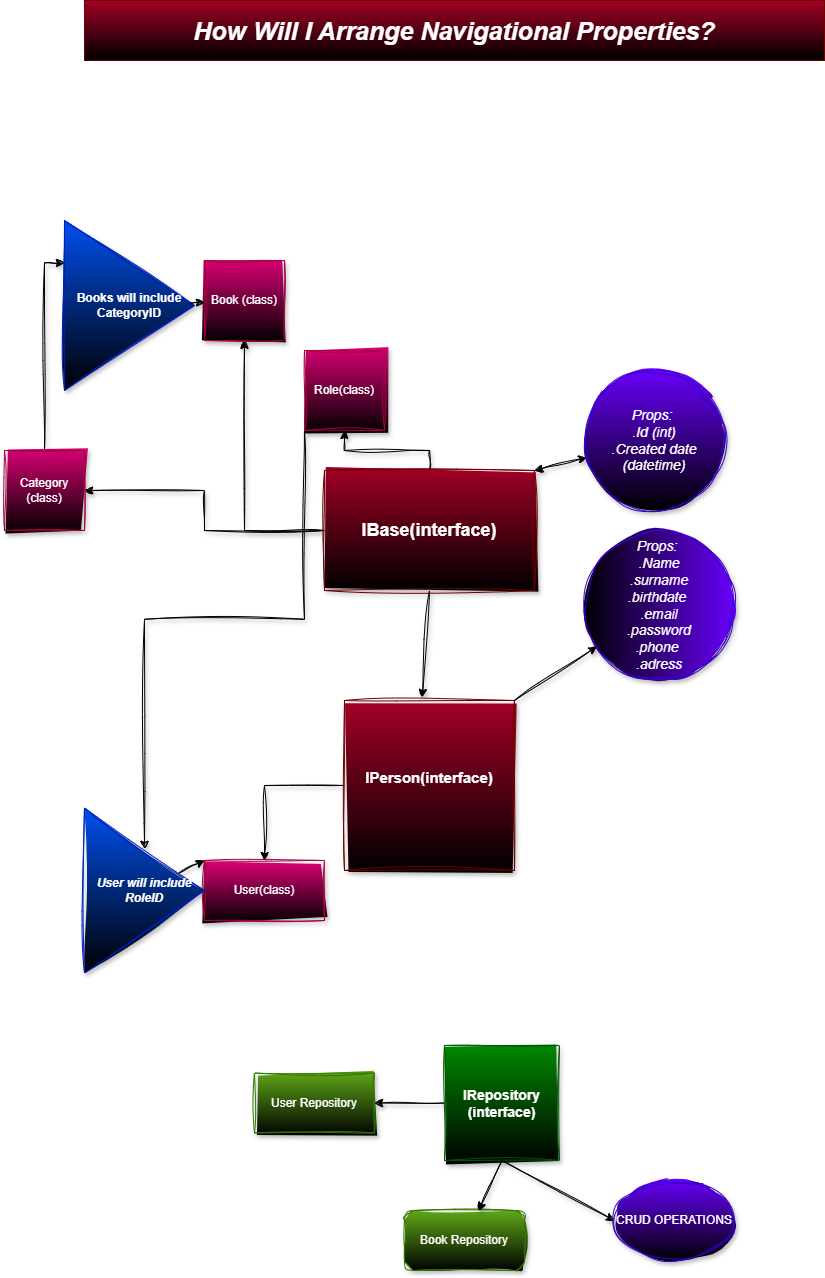
whitmanvari/Library_Automation keeps this draw.io diagram as BackHand Side Diagram.drawio.png. Above is the earlier version. Source tidied: cells renumbered, new cells last; positions are measured from the earlier drawing's top-left corner, leaving out a move shared by most shapes.
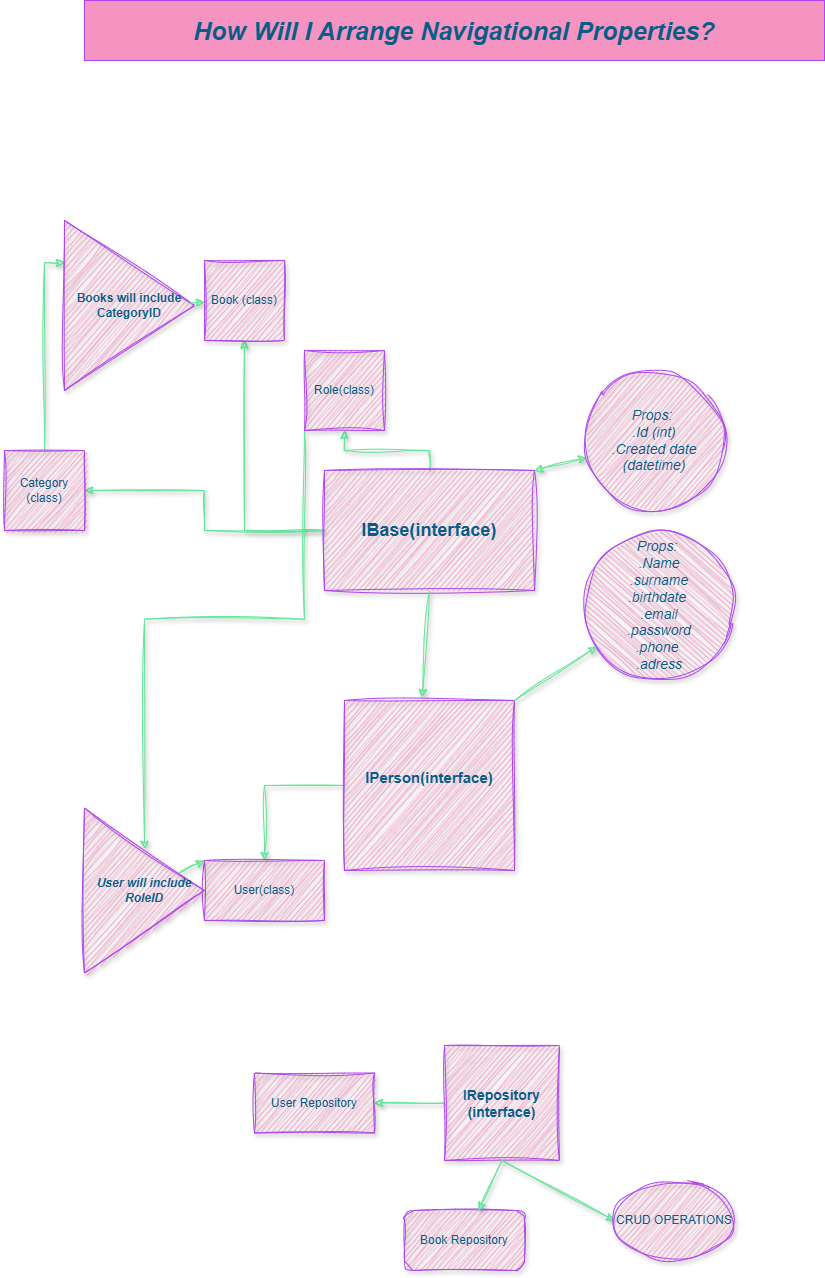
Above is the later version.

The edit, as a diff of the source:
```diff
@@ -2,91 +2,91 @@
   <root>
     <mxCell id="0" />
     <mxCell id="1" parent="0" />
-    <mxCell id="2" style="edgeStyle=orthogonalEdgeStyle;rounded=0;jettySize=auto;html=1;shadow=1;sketch=1;curveFitting=1;jiggle=2;flowAnimation=1;" parent="1" edge="1" source="5" target="16">
+    <mxCell id="2" style="edgeStyle=orthogonalEdgeStyle;rounded=0;jettySize=auto;html=1;shadow=1;sketch=1;curveFitting=1;jiggle=2;flowAnimation=1;labelBackgroundColor=none;strokeColor=#60E696;fontColor=default;" parent="1" edge="1" source="5" target="16">
       <mxGeometry relative="1" as="geometry" />
     </mxCell>
-    <mxCell id="3" style="edgeStyle=orthogonalEdgeStyle;rounded=0;jettySize=auto;html=1;shadow=1;sketch=1;curveFitting=1;jiggle=2;flowAnimation=1;" parent="1" edge="1" source="5" target="19">
+    <mxCell id="3" style="edgeStyle=orthogonalEdgeStyle;rounded=0;jettySize=auto;html=1;shadow=1;sketch=1;curveFitting=1;jiggle=2;flowAnimation=1;labelBackgroundColor=none;strokeColor=#60E696;fontColor=default;" parent="1" edge="1" source="5" target="19">
       <mxGeometry relative="1" as="geometry" />
     </mxCell>
-    <mxCell id="4" style="edgeStyle=orthogonalEdgeStyle;rounded=0;jettySize=auto;html=1;entryX=0.5;entryY=1;entryDx=0;entryDy=0;shadow=1;sketch=1;curveFitting=1;jiggle=2;" parent="1" edge="1" source="5" target="21">
+    <mxCell id="4" style="edgeStyle=orthogonalEdgeStyle;rounded=0;jettySize=auto;html=1;entryX=0.5;entryY=1;entryDx=0;entryDy=0;shadow=1;sketch=1;curveFitting=1;jiggle=2;labelBackgroundColor=none;strokeColor=#60E696;fontColor=default;" parent="1" edge="1" source="5" target="21">
       <mxGeometry relative="1" as="geometry" />
     </mxCell>
-    <mxCell id="5" value="IBase(interface)" style="whiteSpace=wrap;html=1;fillColor=#a20025;strokeColor=#6F0000;fontStyle=1;fontSize=18;fontColor=#ffffff;gradientColor=default;shadow=1;sketch=1;curveFitting=1;jiggle=2;" parent="1" vertex="1">
+    <mxCell id="5" value="IBase(interface)" style="whiteSpace=wrap;html=1;fillColor=#F694C1;strokeColor=#AF45ED;fontStyle=1;fontSize=18;fontColor=#095C86;shadow=1;sketch=1;curveFitting=1;jiggle=2;labelBackgroundColor=none;" parent="1" vertex="1">
       <mxGeometry x="320" y="470" width="210" height="120" as="geometry" />
     </mxCell>
-    <mxCell id="6" style="endArrow=classic;startArrow=classic;html=1;rounded=0;exitX=1;exitY=0;exitDx=0;exitDy=0;shadow=1;sketch=1;curveFitting=1;jiggle=2;flowAnimation=1;" parent="1" edge="1" source="5" target="7">
+    <mxCell id="6" style="endArrow=classic;startArrow=classic;html=1;rounded=0;exitX=1;exitY=0;exitDx=0;exitDy=0;shadow=1;sketch=1;curveFitting=1;jiggle=2;flowAnimation=1;labelBackgroundColor=none;strokeColor=#60E696;fontColor=default;" parent="1" edge="1" source="5" target="7">
       <mxGeometry relative="1" as="geometry" />
     </mxCell>
-    <mxCell id="7" value="Props:&amp;nbsp;&lt;div&gt;.Id (int)&lt;div&gt;.Created date (datetime)&lt;/div&gt;&lt;/div&gt;" style="ellipse;whiteSpace=wrap;html=1;fillColor=#6a00ff;strokeColor=#3700CC;fontSize=14;fontStyle=2;fontColor=#ffffff;gradientColor=default;shadow=1;sketch=1;curveFitting=1;jiggle=2;" parent="1" vertex="1">
+    <mxCell id="7" value="Props:&amp;nbsp;&lt;div&gt;.Id (int)&lt;div&gt;.Created date (datetime)&lt;/div&gt;&lt;/div&gt;" style="ellipse;whiteSpace=wrap;html=1;fillColor=#F694C1;strokeColor=#AF45ED;fontSize=14;fontStyle=2;fontColor=#095C86;shadow=1;sketch=1;curveFitting=1;jiggle=2;labelBackgroundColor=none;" parent="1" vertex="1">
       <mxGeometry x="580" y="370" width="140" height="140" as="geometry" />
     </mxCell>
-    <mxCell id="8" style="endArrow=classic;html=1;rounded=0;exitX=0.5;exitY=1;exitDx=0;exitDy=0;entryX=0.458;entryY=-0.018;entryDx=0;entryDy=0;entryPerimeter=0;shadow=1;sketch=1;curveFitting=1;jiggle=2;flowAnimation=1;" parent="1" edge="1" source="5" target="10">
+    <mxCell id="8" style="endArrow=classic;html=1;rounded=0;exitX=0.5;exitY=1;exitDx=0;exitDy=0;entryX=0.458;entryY=-0.018;entryDx=0;entryDy=0;entryPerimeter=0;shadow=1;sketch=1;curveFitting=1;jiggle=2;flowAnimation=1;labelBackgroundColor=none;strokeColor=#60E696;fontColor=default;" parent="1" edge="1" source="5" target="10">
       <mxGeometry relative="1" as="geometry" />
     </mxCell>
-    <mxCell id="9" style="edgeStyle=orthogonalEdgeStyle;rounded=0;jettySize=auto;html=1;entryX=0.5;entryY=0;entryDx=0;entryDy=0;shadow=1;sketch=1;curveFitting=1;jiggle=2;flowAnimation=1;" parent="1" edge="1" source="10" target="22">
+    <mxCell id="9" style="edgeStyle=orthogonalEdgeStyle;rounded=0;jettySize=auto;html=1;entryX=0.5;entryY=0;entryDx=0;entryDy=0;shadow=1;sketch=1;curveFitting=1;jiggle=2;flowAnimation=1;labelBackgroundColor=none;strokeColor=#60E696;fontColor=default;" parent="1" edge="1" source="10" target="22">
       <mxGeometry relative="1" as="geometry" />
     </mxCell>
-    <mxCell id="10" value="&lt;font style=&quot;font-size: 15px;&quot;&gt;&lt;b&gt;IPerson(interface)&lt;/b&gt;&lt;/font&gt;&lt;div&gt;&lt;br&gt;&lt;/div&gt;" style="whiteSpace=wrap;html=1;fillColor=#a20025;strokeColor=#6F0000;fontColor=#ffffff;gradientColor=default;shadow=1;sketch=1;curveFitting=1;jiggle=2;" parent="1" vertex="1">
+    <mxCell id="10" value="&lt;font style=&quot;font-size: 15px;&quot;&gt;&lt;b&gt;IPerson(interface)&lt;/b&gt;&lt;/font&gt;&lt;div&gt;&lt;br&gt;&lt;/div&gt;" style="whiteSpace=wrap;html=1;fillColor=#F694C1;strokeColor=#AF45ED;fontColor=#095C86;shadow=1;sketch=1;curveFitting=1;jiggle=2;labelBackgroundColor=none;" parent="1" vertex="1">
       <mxGeometry x="340" y="700" width="170" height="170" as="geometry" />
     </mxCell>
-    <mxCell id="11" value="Props:&amp;nbsp;&lt;div&gt;.Name&lt;/div&gt;&lt;div&gt;.surname&lt;/div&gt;&lt;div&gt;.birthdate&amp;nbsp;&lt;/div&gt;&lt;div&gt;.email&lt;/div&gt;&lt;div&gt;.password&lt;/div&gt;&lt;div&gt;.phone&amp;nbsp;&lt;/div&gt;&lt;div&gt;.adress&lt;/div&gt;" style="ellipse;whiteSpace=wrap;html=1;direction=south;fillColor=#6a00ff;strokeColor=#3700CC;fontStyle=2;fontSize=14;fontColor=#ffffff;gradientColor=default;shadow=1;sketch=1;curveFitting=1;jiggle=2;" parent="1" vertex="1">
+    <mxCell id="11" value="Props:&amp;nbsp;&lt;div&gt;.Name&lt;/div&gt;&lt;div&gt;.surname&lt;/div&gt;&lt;div&gt;.birthdate&amp;nbsp;&lt;/div&gt;&lt;div&gt;.email&lt;/div&gt;&lt;div&gt;.password&lt;/div&gt;&lt;div&gt;.phone&amp;nbsp;&lt;/div&gt;&lt;div&gt;.adress&lt;/div&gt;" style="ellipse;whiteSpace=wrap;html=1;direction=south;fillColor=#F694C1;strokeColor=#AF45ED;fontStyle=2;fontSize=14;fontColor=#095C86;shadow=1;sketch=1;curveFitting=1;jiggle=2;labelBackgroundColor=none;" parent="1" vertex="1">
       <mxGeometry x="580" y="530" width="150" height="150" as="geometry" />
     </mxCell>
-    <mxCell id="12" style="edgeStyle=orthogonalEdgeStyle;rounded=0;jettySize=auto;html=1;exitX=0;exitY=0.5;exitDx=0;exitDy=0;shadow=1;sketch=1;curveFitting=1;jiggle=2;flowAnimation=1;" parent="1" edge="1" source="13" target="23">
+    <mxCell id="12" style="edgeStyle=orthogonalEdgeStyle;rounded=0;jettySize=auto;html=1;exitX=0;exitY=0.5;exitDx=0;exitDy=0;shadow=1;sketch=1;curveFitting=1;jiggle=2;flowAnimation=1;labelBackgroundColor=none;strokeColor=#60E696;fontColor=default;" parent="1" edge="1" source="13" target="23">
       <mxGeometry relative="1" as="geometry" />
     </mxCell>
-    <mxCell id="13" value="&lt;font style=&quot;font-size: 14px;&quot;&gt;&lt;b&gt;IRepository (interface)&lt;/b&gt;&lt;/font&gt;" style="whiteSpace=wrap;html=1;fillColor=#008a00;strokeColor=#005700;fontColor=#ffffff;gradientColor=default;sketch=1;curveFitting=1;jiggle=2;shadow=1;" parent="1" vertex="1">
+    <mxCell id="13" value="&lt;font style=&quot;font-size: 14px;&quot;&gt;&lt;b&gt;IRepository (interface)&lt;/b&gt;&lt;/font&gt;" style="whiteSpace=wrap;html=1;fillColor=#F694C1;strokeColor=#AF45ED;fontColor=#095C86;sketch=1;curveFitting=1;jiggle=2;shadow=1;labelBackgroundColor=none;" parent="1" vertex="1">
       <mxGeometry x="440" y="1045" width="115" height="115" as="geometry" />
     </mxCell>
-    <mxCell id="14" style="endArrow=classic;html=1;rounded=0;entryX=0;entryY=0.5;entryDx=0;entryDy=0;exitX=0.5;exitY=1;exitDx=0;exitDy=0;shadow=1;sketch=1;curveFitting=1;jiggle=2;flowAnimation=1;" parent="1" edge="1" source="13" target="15">
+    <mxCell id="14" style="endArrow=classic;html=1;rounded=0;entryX=0;entryY=0.5;entryDx=0;entryDy=0;exitX=0.5;exitY=1;exitDx=0;exitDy=0;shadow=1;sketch=1;curveFitting=1;jiggle=2;flowAnimation=1;labelBackgroundColor=none;strokeColor=#60E696;fontColor=default;" parent="1" edge="1" source="13" target="15">
       <mxGeometry relative="1" as="geometry" />
     </mxCell>
-    <mxCell id="15" value="CRUD OPERATIONS" style="ellipse;whiteSpace=wrap;html=1;fillColor=#6a00ff;fontColor=#ffffff;strokeColor=#3700CC;gradientColor=default;shadow=1;sketch=1;curveFitting=1;jiggle=2;" parent="1" vertex="1">
+    <mxCell id="15" value="CRUD OPERATIONS" style="ellipse;whiteSpace=wrap;html=1;fillColor=#F694C1;fontColor=#095C86;strokeColor=#AF45ED;shadow=1;sketch=1;curveFitting=1;jiggle=2;labelBackgroundColor=none;" parent="1" vertex="1">
       <mxGeometry x="610" y="1180" width="120" height="80" as="geometry" />
     </mxCell>
-    <mxCell id="16" value="Book (class)" style="whiteSpace=wrap;html=1;fillColor=#d80073;strokeColor=#A50040;fontColor=#ffffff;gradientColor=default;shadow=1;sketch=1;curveFitting=1;jiggle=2;" parent="1" vertex="1">
+    <mxCell id="16" value="Book (class)" style="whiteSpace=wrap;html=1;fillColor=#F694C1;strokeColor=#AF45ED;fontColor=#095C86;shadow=1;sketch=1;curveFitting=1;jiggle=2;labelBackgroundColor=none;" parent="1" vertex="1">
       <mxGeometry x="200" y="260" width="80" height="80" as="geometry" />
     </mxCell>
-    <mxCell id="17" value="Book Repository" style="rounded=1;whiteSpace=wrap;html=1;fillColor=#60a917;strokeColor=#2D7600;fontColor=#ffffff;gradientColor=default;sketch=1;curveFitting=1;jiggle=2;shadow=1;" parent="1" vertex="1">
+    <mxCell id="17" value="Book Repository" style="rounded=1;whiteSpace=wrap;html=1;fillColor=#F694C1;strokeColor=#AF45ED;fontColor=#095C86;sketch=1;curveFitting=1;jiggle=2;shadow=1;labelBackgroundColor=none;" parent="1" vertex="1">
       <mxGeometry x="400" y="1210" width="120" height="60" as="geometry" />
     </mxCell>
-    <mxCell id="18" style="edgeStyle=orthogonalEdgeStyle;rounded=0;jettySize=auto;html=1;exitX=0.5;exitY=0;exitDx=0;exitDy=0;entryX=0;entryY=0.25;entryDx=0;entryDy=0;shadow=1;sketch=1;curveFitting=1;jiggle=2;flowAnimation=1;" parent="1" edge="1" source="19" target="27">
+    <mxCell id="18" style="edgeStyle=orthogonalEdgeStyle;rounded=0;jettySize=auto;html=1;exitX=0.5;exitY=0;exitDx=0;exitDy=0;entryX=0;entryY=0.25;entryDx=0;entryDy=0;shadow=1;sketch=1;curveFitting=1;jiggle=2;flowAnimation=1;labelBackgroundColor=none;strokeColor=#60E696;fontColor=default;" parent="1" edge="1" source="19" target="27">
       <mxGeometry relative="1" as="geometry" />
     </mxCell>
-    <mxCell id="19" value="Category (class)" style="whiteSpace=wrap;html=1;fillColor=#d80073;strokeColor=#A50040;fontColor=#ffffff;gradientColor=default;shadow=1;sketch=1;curveFitting=1;jiggle=2;" parent="1" vertex="1">
+    <mxCell id="19" value="Category (class)" style="whiteSpace=wrap;html=1;fillColor=#F694C1;strokeColor=#AF45ED;fontColor=#095C86;shadow=1;sketch=1;curveFitting=1;jiggle=2;labelBackgroundColor=none;" parent="1" vertex="1">
       <mxGeometry y="450" width="80" height="80" as="geometry" />
     </mxCell>
-    <mxCell id="20" style="edgeStyle=orthogonalEdgeStyle;rounded=0;jettySize=auto;html=1;exitX=0;exitY=1;exitDx=0;exitDy=0;entryX=0.5;entryY=0;entryDx=0;entryDy=0;shadow=1;sketch=1;curveFitting=1;jiggle=2;flowAnimation=1;" parent="1" edge="1" source="21" target="26">
+    <mxCell id="20" style="edgeStyle=orthogonalEdgeStyle;rounded=0;jettySize=auto;html=1;exitX=0;exitY=1;exitDx=0;exitDy=0;entryX=0.5;entryY=0;entryDx=0;entryDy=0;shadow=1;sketch=1;curveFitting=1;jiggle=2;flowAnimation=1;labelBackgroundColor=none;strokeColor=#60E696;fontColor=default;" parent="1" edge="1" source="21" target="26">
       <mxGeometry relative="1" as="geometry" />
     </mxCell>
-    <mxCell id="21" value="Role(class)" style="whiteSpace=wrap;html=1;fillColor=#d80073;strokeColor=#A50040;fontColor=#ffffff;gradientColor=default;shadow=1;sketch=1;curveFitting=1;jiggle=2;" parent="1" vertex="1">
+    <mxCell id="21" value="Role(class)" style="whiteSpace=wrap;html=1;fillColor=#F694C1;strokeColor=#AF45ED;fontColor=#095C86;shadow=1;sketch=1;curveFitting=1;jiggle=2;labelBackgroundColor=none;" parent="1" vertex="1">
       <mxGeometry x="300" y="350" width="80" height="80" as="geometry" />
     </mxCell>
-    <mxCell id="22" value="User(class)" style="rounded=0;whiteSpace=wrap;html=1;fillColor=#d80073;strokeColor=#A50040;fontColor=#ffffff;gradientColor=default;shadow=1;sketch=1;curveFitting=1;jiggle=2;" parent="1" vertex="1">
+    <mxCell id="22" value="User(class)" style="rounded=0;whiteSpace=wrap;html=1;fillColor=#F694C1;strokeColor=#AF45ED;fontColor=#095C86;shadow=1;sketch=1;curveFitting=1;jiggle=2;labelBackgroundColor=none;" parent="1" vertex="1">
       <mxGeometry x="200" y="860" width="120" height="60" as="geometry" />
     </mxCell>
-    <mxCell id="23" value="User Repository" style="rounded=0;whiteSpace=wrap;html=1;fillColor=#60a917;strokeColor=#2D7600;sketch=1;curveFitting=1;jiggle=2;fontColor=#ffffff;gradientColor=default;shadow=1;" parent="1" vertex="1">
+    <mxCell id="23" value="User Repository" style="rounded=0;whiteSpace=wrap;html=1;fillColor=#F694C1;strokeColor=#AF45ED;sketch=1;curveFitting=1;jiggle=2;fontColor=#095C86;shadow=1;labelBackgroundColor=none;" parent="1" vertex="1">
       <mxGeometry x="250" y="1072.5" width="120" height="60" as="geometry" />
     </mxCell>
-    <mxCell id="24" style="endArrow=classic;html=1;rounded=0;exitX=0.5;exitY=1;exitDx=0;exitDy=0;shadow=1;sketch=1;curveFitting=1;jiggle=2;flowAnimation=1;" parent="1" edge="1" source="13" target="17">
+    <mxCell id="24" style="endArrow=classic;html=1;rounded=0;exitX=0.5;exitY=1;exitDx=0;exitDy=0;shadow=1;sketch=1;curveFitting=1;jiggle=2;flowAnimation=1;labelBackgroundColor=none;strokeColor=#60E696;fontColor=default;" parent="1" edge="1" source="13" target="17">
       <mxGeometry relative="1" as="geometry" />
     </mxCell>
-    <mxCell id="25" style="endArrow=classic;html=1;rounded=0;exitX=1;exitY=0;exitDx=0;exitDy=0;shadow=1;sketch=1;curveFitting=1;jiggle=2;flowAnimation=1;" parent="1" edge="1" source="10" target="11">
+    <mxCell id="25" style="endArrow=classic;html=1;rounded=0;exitX=1;exitY=0;exitDx=0;exitDy=0;shadow=1;sketch=1;curveFitting=1;jiggle=2;flowAnimation=1;labelBackgroundColor=none;strokeColor=#60E696;fontColor=default;" parent="1" edge="1" source="10" target="11">
       <mxGeometry relative="1" as="geometry" />
     </mxCell>
-    <mxCell id="26" value="User will include RoleID" style="triangle;whiteSpace=wrap;html=1;fillColor=#0050ef;strokeColor=#001DBC;fontStyle=3;fontColor=#ffffff;gradientColor=default;shadow=1;sketch=1;curveFitting=1;jiggle=2;" parent="1" vertex="1">
+    <mxCell id="26" value="User will include RoleID" style="triangle;whiteSpace=wrap;html=1;fillColor=#F694C1;strokeColor=#AF45ED;fontStyle=3;fontColor=#095C86;shadow=1;sketch=1;curveFitting=1;jiggle=2;labelBackgroundColor=none;" parent="1" vertex="1">
       <mxGeometry x="80" y="807.5" width="120" height="165" as="geometry" />
     </mxCell>
-    <mxCell id="27" value="&lt;b&gt;Books will include CategoryID&lt;/b&gt;" style="triangle;whiteSpace=wrap;html=1;fillColor=#0050ef;strokeColor=#001DBC;fontColor=#ffffff;gradientColor=default;shadow=1;sketch=1;curveFitting=1;jiggle=2;" parent="1" vertex="1">
+    <mxCell id="27" value="&lt;b&gt;Books will include CategoryID&lt;/b&gt;" style="triangle;whiteSpace=wrap;html=1;fillColor=#F694C1;strokeColor=#AF45ED;fontColor=#095C86;shadow=1;sketch=1;curveFitting=1;jiggle=2;labelBackgroundColor=none;" parent="1" vertex="1">
       <mxGeometry x="60" y="220" width="130" height="170" as="geometry" />
     </mxCell>
-    <mxCell id="28" style="endArrow=classic;html=1;rounded=0;shadow=1;sketch=1;curveFitting=1;jiggle=2;flowAnimation=1;" parent="1" edge="1" source="27" target="16">
+    <mxCell id="28" style="endArrow=classic;html=1;rounded=0;shadow=1;sketch=1;curveFitting=1;jiggle=2;flowAnimation=1;labelBackgroundColor=none;strokeColor=#60E696;fontColor=default;" parent="1" edge="1" source="27" target="16">
       <mxGeometry relative="1" as="geometry" />
     </mxCell>
-    <mxCell id="29" style="endArrow=classic;html=1;rounded=0;entryX=0;entryY=0;entryDx=0;entryDy=0;shadow=1;sketch=1;curveFitting=1;jiggle=2;flowAnimation=1;" parent="1" edge="1" source="26" target="22">
+    <mxCell id="29" style="endArrow=classic;html=1;rounded=0;entryX=0;entryY=0;entryDx=0;entryDy=0;shadow=1;sketch=1;curveFitting=1;jiggle=2;flowAnimation=1;labelBackgroundColor=none;strokeColor=#60E696;fontColor=default;" parent="1" edge="1" source="26" target="22">
       <mxGeometry relative="1" as="geometry" />
     </mxCell>
-    <mxCell id="30" value="&lt;b&gt;&lt;font style=&quot;font-size: 25px;&quot;&gt;&lt;i&gt;How Will I Arrange Navigational Properties?&lt;/i&gt;&lt;/font&gt;&lt;/b&gt;" style="rounded=0;whiteSpace=wrap;html=1;fillColor=#a20025;fontColor=#ffffff;strokeColor=#6F0000;gradientColor=default;" parent="1" vertex="1">
+    <mxCell id="30" value="&lt;b&gt;&lt;font style=&quot;font-size: 25px;&quot;&gt;&lt;i&gt;How Will I Arrange Navigational Properties?&lt;/i&gt;&lt;/font&gt;&lt;/b&gt;" style="rounded=0;whiteSpace=wrap;html=1;fillColor=#F694C1;fontColor=#095C86;strokeColor=#AF45ED;labelBackgroundColor=none;" parent="1" vertex="1">
       <mxGeometry x="80" width="740" height="60" as="geometry" />
     </mxCell>
   </root>
```
